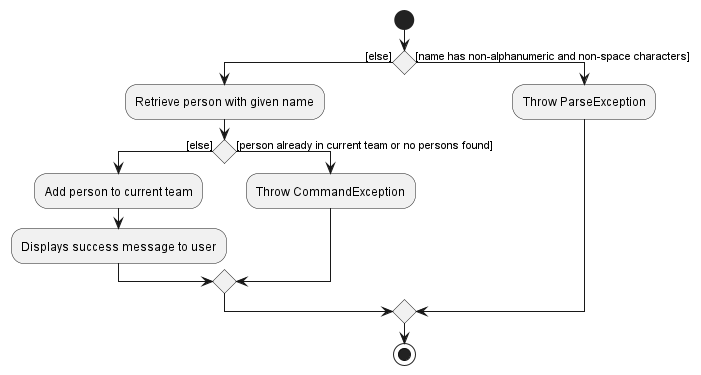
Before: docs/images/AddMemberActivityDiagram.png, a diagram exported from PlantUML (nus-cs2103-AY2223S1/tp). Its diagram source:
```plantuml
@startuml
start
if () then ([else])
    :Retrieve person with given name;
    if () then ([else])
        :Add person to current team;
        :Displays success message to user;
    else ([person already in current team or no persons found])
        :Throw CommandException;
    endif
else ([name has non-alphanumeric and non-space characters])
    :Throw ParseException;
endif
stop
@enduml
```
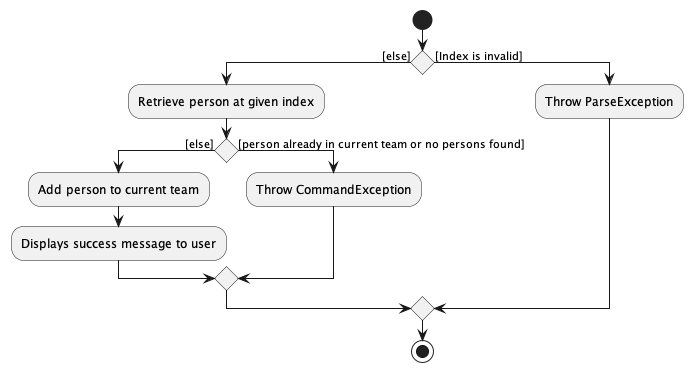
Above is the later version.

What changed in the source:
```diff
@@ -1,14 +1,14 @@
 @startuml
 start
 if () then ([else])
-    :Retrieve person with given name;
+    :Retrieve person at given index;
     if () then ([else])
         :Add person to current team;
         :Displays success message to user;
     else ([person already in current team or no persons found])
         :Throw CommandException;
     endif
-else ([name has non-alphanumeric and non-space characters])
+else ([Index is invalid])
     :Throw ParseException;
 endif
 stop
```
